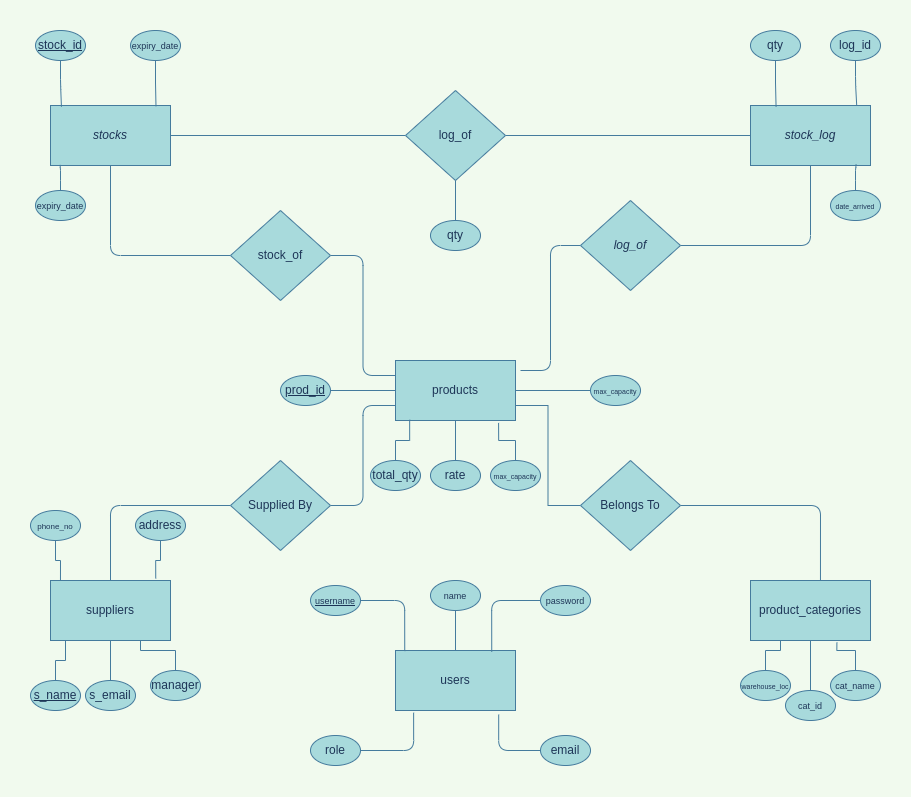
Before: images/ER-Diagram.png, a diagram exported from draw.io (alanphil2k01/StockManager). Source tidied: cells renumbered, new cells last; positions are measured from the earlier drawing's top-left corner, leaving out a move shared by most shapes.
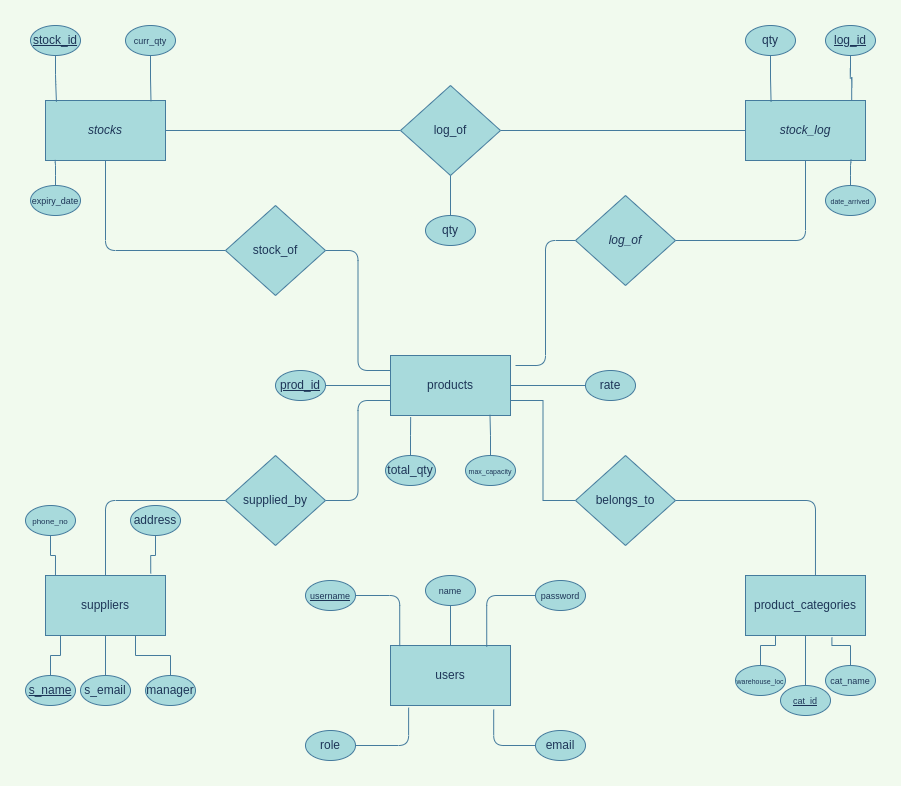
The same diagram one commit later.

Commit message:
update: er diagram and init sql commands

Change to the diagram source:
```diff
@@ -14,7 +14,7 @@
     <mxCell id="5" style="edgeStyle=orthogonalEdgeStyle;rounded=0;jettySize=auto;html=1;fontSize=7;entryX=1;entryY=0.75;entryDx=0;entryDy=0;labelBackgroundColor=#F1FAEE;strokeColor=#457B9D;fontColor=#1D3557;endArrow=none;endFill=0;" parent="1" edge="1" source="6" target="2">
       <mxGeometry relative="1" as="geometry" />
     </mxCell>
-    <mxCell id="6" value="Belongs To" style="rhombus;whiteSpace=wrap;html=1;sketch=0;fillColor=#A8DADC;strokeColor=#457B9D;fontColor=#1D3557;" parent="1" vertex="1">
+    <mxCell id="6" value="belongs_to" style="rhombus;whiteSpace=wrap;html=1;sketch=0;fillColor=#A8DADC;strokeColor=#457B9D;fontColor=#1D3557;" parent="1" vertex="1">
       <mxGeometry x="550" y="430" width="100" height="90" as="geometry" />
     </mxCell>
     <mxCell id="7" value="suppliers" style="rounded=0;whiteSpace=wrap;html=1;fontStyle=0;fillColor=#A8DADC;strokeColor=#457B9D;fontColor=#1D3557;" parent="1" vertex="1">
@@ -29,7 +29,7 @@
     <mxCell id="10" style="edgeStyle=orthogonalEdgeStyle;sketch=0;jettySize=auto;html=1;entryX=0;entryY=0.75;entryDx=0;entryDy=0;endArrow=none;endFill=0;labelBackgroundColor=#F1FAEE;strokeColor=#457B9D;fontColor=#1D3557;" parent="1" edge="1" source="11" target="2">
       <mxGeometry relative="1" as="geometry" />
     </mxCell>
-    <mxCell id="11" value="Supplied By" style="rhombus;whiteSpace=wrap;html=1;sketch=0;fillColor=#A8DADC;strokeColor=#457B9D;fontColor=#1D3557;" parent="1" vertex="1">
+    <mxCell id="11" value="supplied_by" style="rhombus;whiteSpace=wrap;html=1;sketch=0;fillColor=#A8DADC;strokeColor=#457B9D;fontColor=#1D3557;" parent="1" vertex="1">
       <mxGeometry x="200" y="430" width="100" height="90" as="geometry" />
     </mxCell>
     <mxCell id="12" style="edgeStyle=orthogonalEdgeStyle;sketch=0;jettySize=auto;html=1;entryX=0.5;entryY=1;entryDx=0;entryDy=0;endArrow=none;endFill=0;labelBackgroundColor=#F1FAEE;strokeColor=#457B9D;fontColor=#1D3557;" parent="1" edge="1" source="14" target="8">
@@ -41,7 +41,7 @@
     <mxCell id="14" value="stock_of" style="rhombus;whiteSpace=wrap;html=1;sketch=0;fillColor=#A8DADC;strokeColor=#457B9D;fontColor=#1D3557;" parent="1" vertex="1">
       <mxGeometry x="200" y="180" width="100" height="90" as="geometry" />
     </mxCell>
-    <mxCell id="15" style="edgeStyle=orthogonalEdgeStyle;sketch=0;jettySize=auto;html=1;endArrow=none;endFill=0;labelBackgroundColor=#F1FAEE;strokeColor=#457B9D;fontColor=#1D3557;" parent="1" edge="1" target="x">
+    <mxCell id="15" style="edgeStyle=orthogonalEdgeStyle;sketch=0;orthogonalLoop=1;jettySize=auto;html=1;endArrow=none;endFill=0;labelBackgroundColor=#F1FAEE;strokeColor=#457B9D;fontColor=#1D3557;" parent="1" edge="1">
       <mxGeometry relative="1" as="geometry">
         <mxPoint x="710" y="110" as="sourcePoint" />
       </mxGeometry>
@@ -95,7 +95,7 @@
       <mxGeometry relative="1" as="geometry" />
     </mxCell>
     <mxCell id="30" value="manager" style="ellipse;whiteSpace=wrap;html=1;fontStyle=0;fillColor=#A8DADC;strokeColor=#457B9D;fontColor=#1D3557;" parent="1" vertex="1">
-      <mxGeometry x="120" y="640" width="50" height="30" as="geometry" />
+      <mxGeometry x="120" y="650" width="50" height="30" as="geometry" />
     </mxCell>
     <mxCell id="31" style="edgeStyle=orthogonalEdgeStyle;rounded=0;jettySize=auto;html=1;entryX=0.083;entryY=0;entryDx=0;entryDy=0;entryPerimeter=0;fontSize=8;labelBackgroundColor=#F1FAEE;strokeColor=#457B9D;fontColor=#1D3557;endArrow=none;endFill=0;" parent="1" edge="1" source="32" target="7">
       <mxGeometry relative="1" as="geometry" />
@@ -118,7 +118,7 @@
     <mxCell id="37" style="edgeStyle=orthogonalEdgeStyle;rounded=0;jettySize=auto;html=1;entryX=0.5;entryY=1;entryDx=0;entryDy=0;fontSize=7;labelBackgroundColor=#F1FAEE;strokeColor=#457B9D;fontColor=#1D3557;endArrow=none;endFill=0;" parent="1" edge="1" source="38" target="3">
       <mxGeometry relative="1" as="geometry" />
     </mxCell>
-    <mxCell id="38" value="&lt;font style=&quot;font-size: 9px&quot;&gt;cat_id&lt;br&gt;&lt;/font&gt;" style="ellipse;whiteSpace=wrap;html=1;fontStyle=0;fillColor=#A8DADC;strokeColor=#457B9D;fontColor=#1D3557;" parent="1" vertex="1">
+    <mxCell id="38" value="&lt;font style=&quot;font-size: 9px&quot;&gt;&lt;u&gt;cat_id&lt;/u&gt;&lt;br&gt;&lt;/font&gt;" style="ellipse;whiteSpace=wrap;html=1;fontStyle=0;fillColor=#A8DADC;strokeColor=#457B9D;fontColor=#1D3557;" parent="1" vertex="1">
       <mxGeometry x="755" y="660" width="50" height="30" as="geometry" />
     </mxCell>
     <mxCell id="39" style="edgeStyle=orthogonalEdgeStyle;rounded=0;jettySize=auto;html=1;fontSize=7;labelBackgroundColor=#F1FAEE;strokeColor=#457B9D;fontColor=#1D3557;endArrow=none;endFill=0;" parent="1" edge="1" source="40" target="2">
@@ -127,30 +127,24 @@
     <mxCell id="40" value="&lt;font size=&quot;1&quot;&gt;&lt;span style=&quot;font-size: 12px&quot;&gt;prod_id&lt;/span&gt;&lt;/font&gt;" style="ellipse;whiteSpace=wrap;html=1;fontStyle=4;fillColor=#A8DADC;strokeColor=#457B9D;fontColor=#1D3557;" parent="1" vertex="1">
       <mxGeometry x="250" y="345" width="50" height="30" as="geometry" />
     </mxCell>
-    <mxCell id="41" style="edgeStyle=orthogonalEdgeStyle;rounded=0;jettySize=auto;html=1;entryX=0.118;entryY=0.987;entryDx=0;entryDy=0;entryPerimeter=0;fontSize=7;labelBackgroundColor=#F1FAEE;strokeColor=#457B9D;fontColor=#1D3557;endArrow=none;endFill=0;" parent="1" edge="1" source="42" target="2">
+    <mxCell id="41" style="edgeStyle=orthogonalEdgeStyle;rounded=0;jettySize=auto;html=1;entryX=0.168;entryY=1.026;entryDx=0;entryDy=0;entryPerimeter=0;fontSize=7;labelBackgroundColor=#F1FAEE;strokeColor=#457B9D;fontColor=#1D3557;endArrow=none;endFill=0;" parent="1" edge="1" source="42" target="2">
       <mxGeometry relative="1" as="geometry" />
     </mxCell>
     <mxCell id="42" value="total_qty" style="ellipse;whiteSpace=wrap;html=1;fillColor=#A8DADC;strokeColor=#457B9D;fontColor=#1D3557;" parent="1" vertex="1">
-      <mxGeometry x="340" y="430" width="50" height="30" as="geometry" />
+      <mxGeometry x="360" y="430" width="50" height="30" as="geometry" />
     </mxCell>
-    <mxCell id="43" style="edgeStyle=orthogonalEdgeStyle;rounded=0;jettySize=auto;html=1;entryX=0.5;entryY=1;entryDx=0;entryDy=0;fontSize=7;labelBackgroundColor=#F1FAEE;strokeColor=#457B9D;fontColor=#1D3557;endArrow=none;endFill=0;" parent="1" edge="1" source="44" target="2">
+    <mxCell id="43" style="edgeStyle=orthogonalEdgeStyle;rounded=0;jettySize=auto;html=1;entryX=1;entryY=0.5;entryDx=0;entryDy=0;fontSize=7;labelBackgroundColor=#F1FAEE;strokeColor=#457B9D;fontColor=#1D3557;endArrow=none;endFill=0;" parent="1" edge="1" source="44" target="2">
       <mxGeometry relative="1" as="geometry" />
     </mxCell>
     <mxCell id="44" value="rate" style="ellipse;whiteSpace=wrap;html=1;fillColor=#A8DADC;strokeColor=#457B9D;fontColor=#1D3557;" parent="1" vertex="1">
-      <mxGeometry x="400" y="430" width="50" height="30" as="geometry" />
+      <mxGeometry x="560" y="345" width="50" height="30" as="geometry" />
     </mxCell>
-    <mxCell id="45" style="edgeStyle=orthogonalEdgeStyle;rounded=0;jettySize=auto;html=1;entryX=0.859;entryY=1.04;entryDx=0;entryDy=0;entryPerimeter=0;fontSize=7;labelBackgroundColor=#F1FAEE;strokeColor=#457B9D;fontColor=#1D3557;endArrow=none;endFill=0;" parent="1" edge="1" source="46" target="2">
+    <mxCell id="45" style="edgeStyle=orthogonalEdgeStyle;rounded=0;jettySize=auto;html=1;fontSize=7;labelBackgroundColor=#F1FAEE;strokeColor=#457B9D;fontColor=#1D3557;endArrow=none;endFill=0;entryX=0.829;entryY=0.989;entryDx=0;entryDy=0;entryPerimeter=0;" parent="1" edge="1" source="46" target="2">
       <mxGeometry relative="1" as="geometry" />
     </mxCell>
     <mxCell id="46" value="&lt;font style=&quot;font-size: 7px&quot;&gt;max_capacity&lt;/font&gt;" style="ellipse;whiteSpace=wrap;html=1;fillColor=#A8DADC;strokeColor=#457B9D;fontColor=#1D3557;" parent="1" vertex="1">
-      <mxGeometry x="460" y="430" width="50" height="30" as="geometry" />
+      <mxGeometry x="440" y="430" width="50" height="30" as="geometry" />
     </mxCell>
-    <mxCell id="47" style="edgeStyle=orthogonalEdgeStyle;rounded=0;jettySize=auto;html=1;fontSize=7;labelBackgroundColor=#F1FAEE;strokeColor=#457B9D;fontColor=#1D3557;endArrow=none;endFill=0;" parent="1" edge="1" source="48" target="2">
-      <mxGeometry relative="1" as="geometry" />
-    </mxCell>
-    <mxCell id="48" value="&lt;font style=&quot;font-size: 7px&quot;&gt;max_capacity&lt;/font&gt;" style="ellipse;whiteSpace=wrap;html=1;fillColor=#A8DADC;strokeColor=#457B9D;fontColor=#1D3557;" parent="1" vertex="1">
-      <mxGeometry x="560" y="345" width="50" height="30" as="geometry" />
-    </mxCell>
     <mxCell id="49" style="edgeStyle=orthogonalEdgeStyle;curved=0;rounded=1;sketch=0;jettySize=auto;html=1;entryX=0.091;entryY=0.021;entryDx=0;entryDy=0;entryPerimeter=0;fontSize=9;fontColor=#1D3557;strokeColor=#457B9D;fillColor=#A8DADC;endArrow=none;endFill=0;" parent="1" edge="1" source="50" target="8">
       <mxGeometry relative="1" as="geometry" />
     </mxCell>
@@ -160,7 +154,7 @@
     <mxCell id="51" style="edgeStyle=orthogonalEdgeStyle;curved=0;rounded=1;sketch=0;jettySize=auto;html=1;fontSize=9;fontColor=#1D3557;strokeColor=#457B9D;fillColor=#A8DADC;endArrow=none;endFill=0;entryX=0.879;entryY=0.012;entryDx=0;entryDy=0;entryPerimeter=0;" parent="1" edge="1" source="52" target="8">
       <mxGeometry relative="1" as="geometry" />
     </mxCell>
-    <mxCell id="52" value="&lt;font style=&quot;font-size: 9px&quot;&gt;expiry_date&lt;/font&gt;" style="ellipse;whiteSpace=wrap;html=1;fontStyle=0;fillColor=#A8DADC;strokeColor=#457B9D;fontColor=#1D3557;" parent="1" vertex="1">
+    <mxCell id="52" value="&lt;font style=&quot;font-size: 9px&quot;&gt;curr_qty&lt;/font&gt;" style="ellipse;whiteSpace=wrap;html=1;fontStyle=0;fillColor=#A8DADC;strokeColor=#457B9D;fontColor=#1D3557;" parent="1" vertex="1">
       <mxGeometry x="100" width="50" height="30" as="geometry" />
     </mxCell>
     <mxCell id="53" style="edgeStyle=orthogonalEdgeStyle;curved=0;rounded=1;sketch=0;jettySize=auto;html=1;entryX=0.08;entryY=0.99;entryDx=0;entryDy=0;entryPerimeter=0;fontSize=9;fontColor=#1D3557;strokeColor=#457B9D;fillColor=#A8DADC;endArrow=none;endFill=0;" parent="1" edge="1" source="54" target="8">
@@ -172,7 +166,7 @@
     <mxCell id="55" style="edgeStyle=orthogonalEdgeStyle;curved=0;rounded=1;sketch=0;jettySize=auto;html=1;entryX=0.885;entryY=-0.001;entryDx=0;entryDy=0;entryPerimeter=0;fontSize=9;fontColor=#1D3557;strokeColor=#457B9D;fillColor=#A8DADC;endArrow=none;endFill=0;" parent="1" edge="1" source="56" target="16">
       <mxGeometry relative="1" as="geometry" />
     </mxCell>
-    <mxCell id="56" value="&lt;font style=&quot;font-size: 12px&quot;&gt;log_id&lt;/font&gt;" style="ellipse;whiteSpace=wrap;html=1;fillColor=#A8DADC;strokeColor=#457B9D;fontColor=#1D3557;" parent="1" vertex="1">
+    <mxCell id="56" value="&lt;font style=&quot;font-size: 12px&quot;&gt;&lt;u&gt;log_id&lt;/u&gt;&lt;/font&gt;" style="ellipse;whiteSpace=wrap;html=1;fillColor=#A8DADC;strokeColor=#457B9D;fontColor=#1D3557;" parent="1" vertex="1">
       <mxGeometry x="800" width="50" height="30" as="geometry" />
     </mxCell>
     <mxCell id="57" style="edgeStyle=orthogonalEdgeStyle;curved=0;rounded=1;sketch=0;jettySize=auto;html=1;entryX=0.213;entryY=0.02;entryDx=0;entryDy=0;entryPerimeter=0;fontSize=9;fontColor=#1D3557;strokeColor=#457B9D;fillColor=#A8DADC;endArrow=none;endFill=0;" parent="1" edge="1" source="58" target="16">
```
